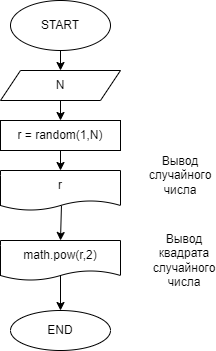
Before: ex00.drawio.png, a diagram exported from draw.io (A1ekc/-). Source tidied: cells renumbered, new cells last; positions are measured from the earlier drawing's top-left corner, leaving out a move shared by most shapes.
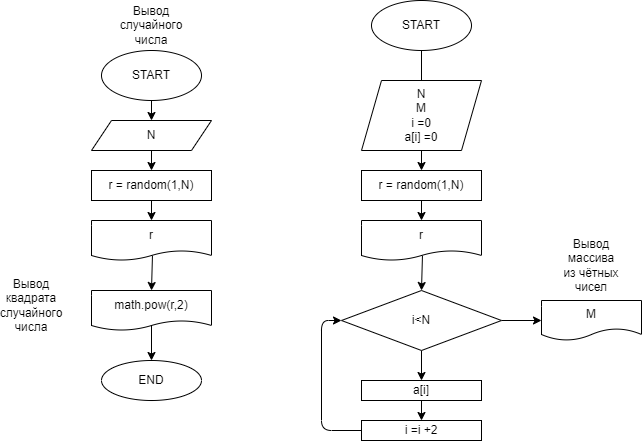
Later version of the same file.

Commit message:
добавили блок схему по показу всех чётных чисел

Change to the diagram source:
```diff
@@ -37,13 +37,73 @@
       <mxGeometry x="10" y="310" width="100" height="40" as="geometry" />
     </mxCell>
     <mxCell id="12" value="Вывод случайного числа" style="text;html=1;strokeColor=none;fillColor=none;align=center;verticalAlign=middle;whiteSpace=wrap;rounded=0;" parent="1" vertex="1">
-      <mxGeometry x="150" y="160" width="60" height="30" as="geometry" />
+      <mxGeometry x="30" y="-40" width="60" height="30" as="geometry" />
     </mxCell>
     <mxCell id="13" value="math.pow(r,2)" style="shape=document;whiteSpace=wrap;html=1;boundedLbl=1;size=0.25;" parent="1" vertex="1">
       <mxGeometry y="240" width="120" height="40" as="geometry" />
     </mxCell>
     <mxCell id="14" value="Вывод квадрата случайного числа" style="text;html=1;strokeColor=none;fillColor=none;align=center;verticalAlign=middle;whiteSpace=wrap;rounded=0;" parent="1" vertex="1">
-      <mxGeometry x="154" y="245" width="60" height="30" as="geometry" />
+      <mxGeometry x="-90" y="240" width="60" height="30" as="geometry" />
     </mxCell>
+    <mxCell id="15" style="edgeStyle=none;html=1;exitX=0.5;exitY=1;exitDx=0;exitDy=0;entryX=0.5;entryY=0;entryDx=0;entryDy=0;" parent="1" edge="1" source="16">
+      <mxGeometry relative="1" as="geometry">
+        <mxPoint x="330" y="70" as="targetPoint" />
+      </mxGeometry>
+    </mxCell>
+    <mxCell id="16" value="START" style="ellipse;whiteSpace=wrap;html=1;" parent="1" vertex="1">
+      <mxGeometry x="280" y="-50" width="100" height="50" as="geometry" />
+    </mxCell>
+    <mxCell id="17" style="edgeStyle=none;html=1;exitX=0.5;exitY=1;exitDx=0;exitDy=0;entryX=0.5;entryY=0;entryDx=0;entryDy=0;" parent="1" edge="1" source="18" target="20">
+      <mxGeometry relative="1" as="geometry" />
+    </mxCell>
+    <mxCell id="18" value="N&lt;br&gt;M&lt;br&gt;i =0&lt;br&gt;a[i] =0" style="shape=parallelogram;perimeter=parallelogramPerimeter;whiteSpace=wrap;html=1;fixedSize=1;" parent="1" vertex="1">
+      <mxGeometry x="270" y="30" width="120" height="70" as="geometry" />
+    </mxCell>
+    <mxCell id="19" style="edgeStyle=none;html=1;exitX=0.5;exitY=1;exitDx=0;exitDy=0;entryX=0.5;entryY=0;entryDx=0;entryDy=0;" parent="1" edge="1" source="20" target="22">
+      <mxGeometry relative="1" as="geometry" />
+    </mxCell>
+    <mxCell id="20" value="r = random(1,N)" style="rounded=0;whiteSpace=wrap;html=1;" parent="1" vertex="1">
+      <mxGeometry x="270" y="120" width="120" height="30" as="geometry" />
+    </mxCell>
+    <mxCell id="21" style="edgeStyle=none;html=1;entryX=0.5;entryY=0;entryDx=0;entryDy=0;exitX=0.508;exitY=0.875;exitDx=0;exitDy=0;exitPerimeter=0;" parent="1" edge="1" source="22">
+      <mxGeometry relative="1" as="geometry">
+        <mxPoint x="330" y="240" as="targetPoint" />
+      </mxGeometry>
+    </mxCell>
+    <mxCell id="22" value="r" style="shape=document;whiteSpace=wrap;html=1;boundedLbl=1;size=0.25;" parent="1" vertex="1">
+      <mxGeometry x="270" y="170" width="120" height="40" as="geometry" />
+    </mxCell>
+    <mxCell id="23" style="edgeStyle=none;html=1;entryX=0.5;entryY=0;entryDx=0;entryDy=0;" parent="1" edge="1" source="25" target="27">
+      <mxGeometry relative="1" as="geometry" />
+    </mxCell>
+    <mxCell id="24" style="edgeStyle=none;html=1;exitX=1;exitY=0.5;exitDx=0;exitDy=0;entryX=0;entryY=0.5;entryDx=0;entryDy=0;" parent="1" edge="1" source="25" target="30">
+      <mxGeometry relative="1" as="geometry" />
+    </mxCell>
+    <mxCell id="25" value="i&amp;lt;N" style="rhombus;whiteSpace=wrap;html=1;" parent="1" vertex="1">
+      <mxGeometry x="250" y="240" width="160" height="60" as="geometry" />
+    </mxCell>
+    <mxCell id="26" style="edgeStyle=none;html=1;exitX=0.5;exitY=1;exitDx=0;exitDy=0;entryX=0.5;entryY=0;entryDx=0;entryDy=0;" parent="1" edge="1" source="27" target="29">
+      <mxGeometry relative="1" as="geometry" />
+    </mxCell>
+    <mxCell id="27" value="a[i]" style="rounded=0;whiteSpace=wrap;html=1;" parent="1" vertex="1">
+      <mxGeometry x="270" y="330" width="120" height="20" as="geometry" />
+    </mxCell>
+    <mxCell id="28" style="edgeStyle=none;html=1;entryX=0;entryY=0.5;entryDx=0;entryDy=0;" parent="1" edge="1" source="29" target="25">
+      <mxGeometry relative="1" as="geometry">
+        <Array as="points">
+          <mxPoint x="230" y="380" />
+          <mxPoint x="230" y="270" />
+        </Array>
+      </mxGeometry>
+    </mxCell>
+    <mxCell id="29" value="i =i +2" style="rounded=0;whiteSpace=wrap;html=1;" parent="1" vertex="1">
+      <mxGeometry x="270" y="370" width="120" height="20" as="geometry" />
+    </mxCell>
+    <mxCell id="30" value="M" style="shape=document;whiteSpace=wrap;html=1;boundedLbl=1;" parent="1" vertex="1">
+      <mxGeometry x="450" y="250" width="100" height="40" as="geometry" />
+    </mxCell>
+    <mxCell id="31" value="Вывод массива из чётных чисел" style="text;html=1;strokeColor=none;fillColor=none;align=center;verticalAlign=middle;whiteSpace=wrap;rounded=0;" parent="1" vertex="1">
+      <mxGeometry x="470" y="200" width="60" height="30" as="geometry" />
+    </mxCell>
   </root>
 </mxGraphModel>
```
